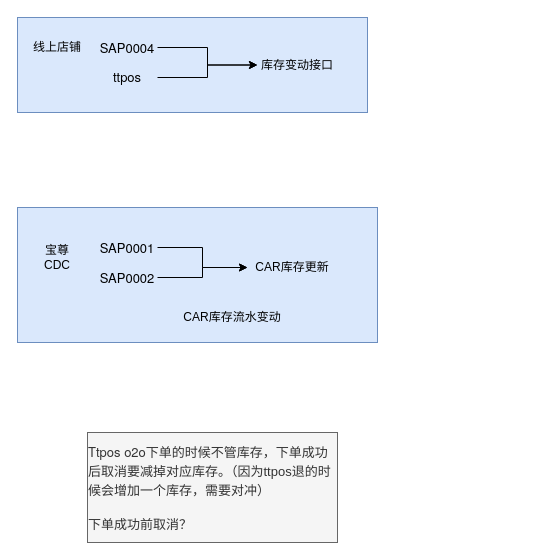
Before: VF/VMID/库存变动同步.drawio in yeahsyoung/diagram, a draw.io diagram. Source tidied: cells renumbered, new cells numbered last; positions are measured from the earlier drawing's top-left corner, leaving out a move shared by most shapes. Both pictures are drawn from the tidied source at 100%, with x=0, y=0 at pixel (17, 17).
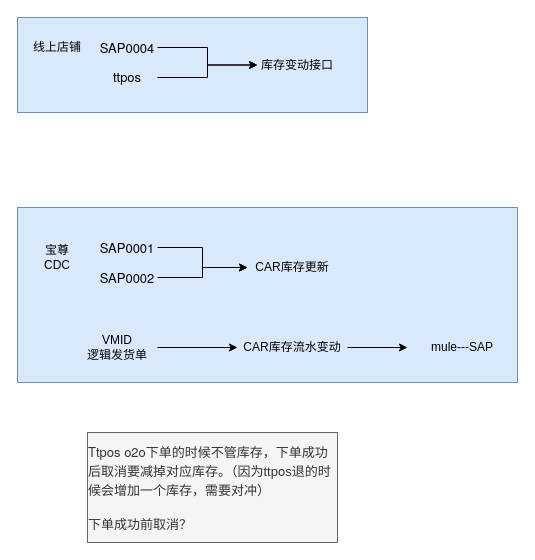
The same page after the edit.

Commit message:
更新库存变动同步.drawio

The edit, as a diff of the source:
```diff
@@
     <mxCell id="2" style="rounded=0;whiteSpace=wrap;html=1;fillColor=#dae8fc;strokeColor=#6c8ebf;" parent="1" vertex="1">
-      <mxGeometry y="190" width="360" height="135" as="geometry" />
+      <mxGeometry y="190" width="500" height="175" as="geometry" />
     </mxCell>
@@
+    <mxCell id="18" style="edgeStyle=orthogonalEdgeStyle;rounded=0;jettySize=auto;html=1;" parent="1" edge="1" source="6" target="21">
+      <mxGeometry relative="1" as="geometry" />
+    </mxCell>
     <mxCell id="6" value="CAR库存流水变动" style="text;html=1;whiteSpace=wrap;strokeColor=none;fillColor=none;align=center;verticalAlign=middle;rounded=0;" parent="1" vertex="1">
-      <mxGeometry x="160" y="285" width="110" height="30" as="geometry" />
+      <mxGeometry x="220" y="315" width="110" height="30" as="geometry" />
     </mxCell>
@@
+    <mxCell id="19" style="edgeStyle=orthogonalEdgeStyle;rounded=0;jettySize=auto;html=1;exitX=1;exitY=0.5;exitDx=0;exitDy=0;" parent="1" edge="1" source="20" target="6">
+      <mxGeometry relative="1" as="geometry" />
+    </mxCell>
+    <mxCell id="20" value="VMID&lt;div&gt;逻辑发货单&lt;/div&gt;" style="text;html=1;whiteSpace=wrap;strokeColor=none;fillColor=none;align=center;verticalAlign=middle;rounded=0;" parent="1" vertex="1">
+      <mxGeometry x="60" y="315" width="80" height="30" as="geometry" />
+    </mxCell>
+    <mxCell id="21" value="mule---SAP" style="text;html=1;whiteSpace=wrap;strokeColor=none;fillColor=none;align=center;verticalAlign=middle;rounded=0;" parent="1" vertex="1">
+      <mxGeometry x="390" y="315" width="110" height="30" as="geometry" />
+    </mxCell>
```
